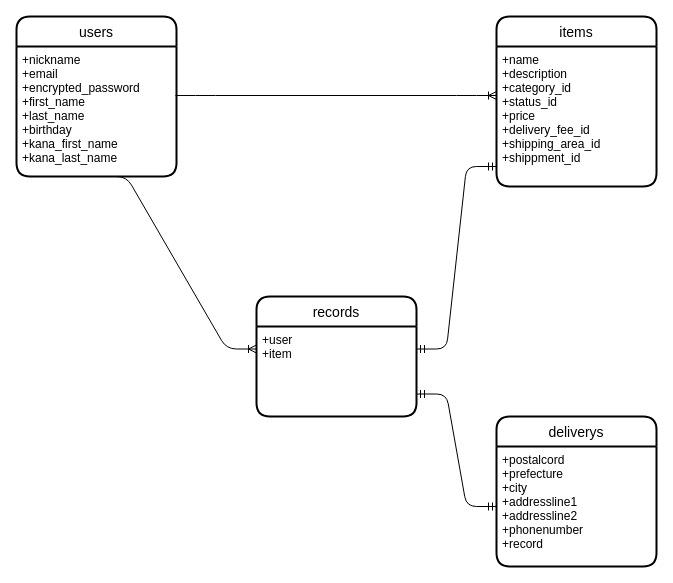
Above: ER.dio in 09200515/furima-34564 (draw.io), before the change. Source tidied: cells renumbered, new cells numbered last; positions are measured from the earlier drawing's top-left corner, leaving out a move shared by most shapes. Both pictures are drawn from the tidied source at 100%, with x=0, y=0 at pixel (16, 16).
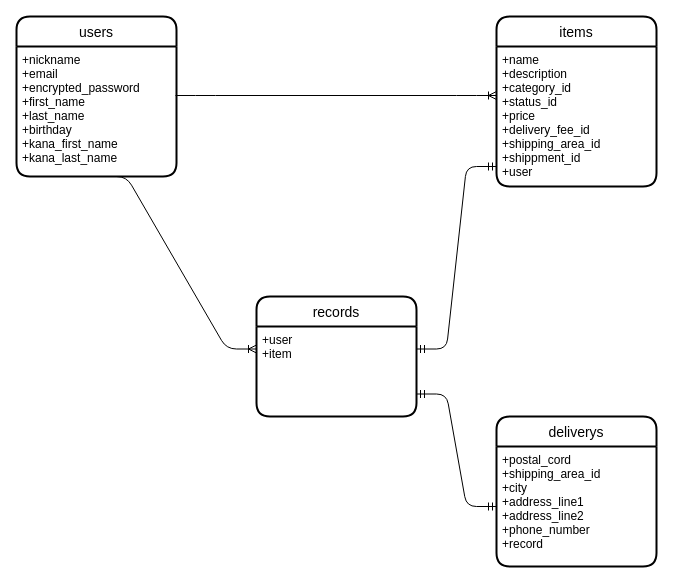
The same diagram, later.

Commit message:
ER図itemsテーブルにuserを追加

Diff of the diagram source:
```diff
@@
 <mxGraphModel>
   <root>
     <mxCell id="0" />
     <mxCell id="1" parent="0" />
     <mxCell id="2" value="users" style="swimlane;horizontal=1;startSize=30;rounded=1;fontSize=14;fontStyle=0;strokeWidth=2;shadow=0;dashed=0;align=center;" parent="1" vertex="1">
       <mxGeometry width="160" height="160" as="geometry" />
     </mxCell>
     <mxCell id="3" value="+nickname&#10;+email&#10;+encrypted_password&#10;+first_name&#10;+last_name&#10;+birthday&#10;+kana_first_name&#10;+kana_last_name&#10;" style="align=left;strokeColor=none;fillColor=none;spacingLeft=4;fontSize=12;verticalAlign=top;" parent="2" vertex="1">
       <mxGeometry y="30" width="160" height="130" as="geometry" />
     </mxCell>
     <mxCell id="4" value="items" style="swimlane;horizontal=1;startSize=30;rounded=1;fontSize=14;fontStyle=0;strokeWidth=2;shadow=0;dashed=0;align=center;" parent="1" vertex="1">
       <mxGeometry x="480" width="160" height="170" as="geometry" />
     </mxCell>
-    <mxCell id="5" value="+name&#10;+description&#10;+category_id&#10;+status_id&#10;+price&#10;+delivery_fee_id&#10;+shipping_area_id&#10;+shippment_id" style="align=left;strokeColor=none;fillColor=none;spacingLeft=4;fontSize=12;verticalAlign=top;" parent="4" vertex="1">
+    <mxCell id="5" value="+name&#10;+description&#10;+category_id&#10;+status_id&#10;+price&#10;+delivery_fee_id&#10;+shipping_area_id&#10;+shippment_id&#10;+user" style="align=left;strokeColor=none;fillColor=none;spacingLeft=4;fontSize=12;verticalAlign=top;" parent="4" vertex="1">
       <mxGeometry y="30" width="160" height="140" as="geometry" />
     </mxCell>
     <mxCell id="6" value="records" style="swimlane;horizontal=1;startSize=30;rounded=1;fontSize=14;fontStyle=0;strokeWidth=2;shadow=0;dashed=0;align=center;" parent="1" vertex="1">
       <mxGeometry x="240" y="280" width="160" height="120" as="geometry" />
     </mxCell>
     <mxCell id="7" value="+user&#10;+item" style="align=left;strokeColor=none;fillColor=none;spacingLeft=4;fontSize=12;verticalAlign=top;" parent="6" vertex="1">
       <mxGeometry y="30" width="160" height="90" as="geometry" />
     </mxCell>
     <mxCell id="8" value="deliverys" style="swimlane;horizontal=1;startSize=30;rounded=1;fontSize=14;fontStyle=0;strokeWidth=2;shadow=0;dashed=0;align=center;" parent="1" vertex="1">
       <mxGeometry x="480" y="400" width="160" height="150" as="geometry" />
     </mxCell>
-    <mxCell id="9" value="+postalcord&#10;+prefecture&#10;+city&#10;+addressline1&#10;+addressline2&#10;+phonenumber&#10;+record" style="align=left;strokeColor=none;fillColor=none;spacingLeft=4;fontSize=12;verticalAlign=top;" parent="8" vertex="1">
+    <mxCell id="9" value="+postal_cord&#10;+shipping_area_id&#10;+city&#10;+address_line1&#10;+address_line2&#10;+phone_number&#10;+record" style="align=left;strokeColor=none;fillColor=none;spacingLeft=4;fontSize=12;verticalAlign=top;" parent="8" vertex="1">
       <mxGeometry y="30" width="160" height="120" as="geometry" />
     </mxCell>
     <mxCell id="10" style="edgeStyle=entityRelationEdgeStyle;fontSize=12;html=1;endArrow=ERoneToMany;" parent="1" edge="1">
       <mxGeometry relative="1" as="geometry">
         <mxPoint x="159" y="79" as="sourcePoint" />
         <mxPoint x="480" y="79" as="targetPoint" />
       </mxGeometry>
     </mxCell>
     <mxCell id="11" style="edgeStyle=entityRelationEdgeStyle;fontSize=12;html=1;endArrow=ERoneToMany;entryX=0;entryY=0.25;entryDx=0;entryDy=0;exitX=0.5;exitY=1;exitDx=0;exitDy=0;" parent="1" edge="1" source="3" target="7">
       <mxGeometry relative="1" as="geometry" />
     </mxCell>
     <mxCell id="12" style="edgeStyle=entityRelationEdgeStyle;fontSize=12;html=1;endArrow=ERmandOne;startArrow=ERmandOne;exitX=1;exitY=0.25;exitDx=0;exitDy=0;" parent="1" edge="1" source="7">
       <mxGeometry relative="1" as="geometry">
         <mxPoint x="480" y="150" as="targetPoint" />
       </mxGeometry>
     </mxCell>
     <mxCell id="13" style="edgeStyle=entityRelationEdgeStyle;fontSize=12;html=1;endArrow=ERmandOne;startArrow=ERmandOne;exitX=1;exitY=0.75;exitDx=0;exitDy=0;entryX=0;entryY=0.5;entryDx=0;entryDy=0;" parent="1" edge="1" source="7" target="9">
       <mxGeometry relative="1" as="geometry" />
     </mxCell>
   </root>
 </mxGraphModel>
```
